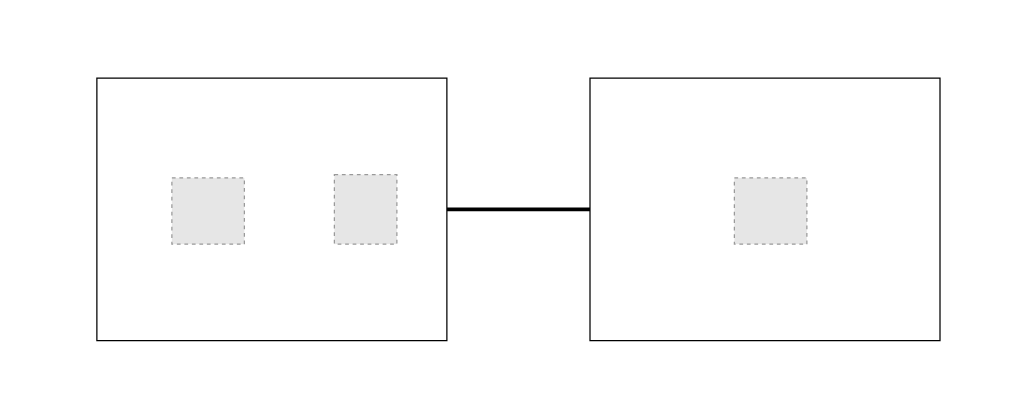
Earlier version of the draw.io diagram asdasde.drawio (Pedro-gabriel/Lanlinkwebsite). Source tidied: cells renumbered, new cells numbered last; positions are measured from the earlier drawing's top-left corner, leaving out a move shared by most shapes. Both pictures are drawn from the tidied source at 125%, with x=0, y=0 at pixel (96, 78). Pictures stored in the file or linked from it are replaced by grey dashed boxes.
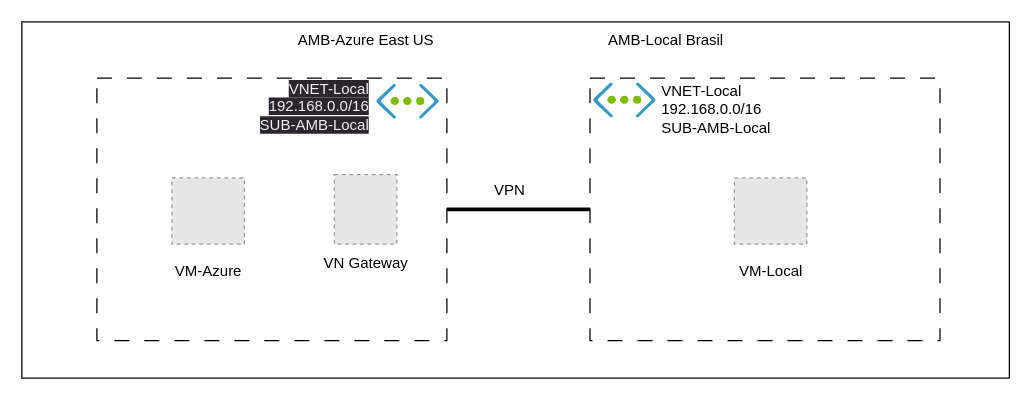
Above is the later version.

What changed in the source:
```diff
@@
 <mxGraphModel>
   <root>
     <mxCell id="0" />
     <mxCell id="1" parent="0" />
+    <mxCell id="8" style="rounded=0;whiteSpace=wrap;html=1;" parent="1" vertex="1">
+      <mxGeometry x="-60" y="-45" width="790" height="285" as="geometry" />
+    </mxCell>
     <mxCell id="2" style="edgeStyle=orthogonalEdgeStyle;rounded=0;jettySize=auto;html=1;entryX=0;entryY=0.5;entryDx=0;entryDy=0;endArrow=none;endFill=0;strokeWidth=3;" parent="1" edge="1" source="3" target="6">
       <mxGeometry relative="1" as="geometry" />
     </mxCell>
-    <mxCell id="3" style="rounded=0;whiteSpace=wrap;html=1;" parent="1" vertex="1">
+    <mxCell id="3" value="&lt;br&gt;" style="rounded=0;whiteSpace=wrap;html=1;dashed=1;dashPattern=12 12;" parent="1" vertex="1">
       <mxGeometry width="280" height="210" as="geometry" />
     </mxCell>
     <mxCell id="4" style="fillColor=#E6E6E6;strokeColor=#999999;dashed=1;verticalLabelPosition=bottom;labelBackgroundColor=#ffffff;verticalAlign=top;" parent="1" vertex="1">
       <mxGeometry x="60" y="79.8" width="58" height="53" as="geometry" />
     </mxCell>
     <mxCell id="5" style="fillColor=#E6E6E6;strokeColor=#999999;dashed=1;verticalLabelPosition=bottom;labelBackgroundColor=#ffffff;verticalAlign=top;" parent="1" vertex="1">
       <mxGeometry x="190" y="77.2" width="50" height="55.6" as="geometry" />
     </mxCell>
-    <mxCell id="6" style="rounded=0;whiteSpace=wrap;html=1;" parent="1" vertex="1">
+    <mxCell id="6" style="rounded=0;whiteSpace=wrap;html=1;dashed=1;dashPattern=12 12;" parent="1" vertex="1">
       <mxGeometry x="394.5" width="280" height="210" as="geometry" />
     </mxCell>
     <mxCell id="7" style="fillColor=#E6E6E6;strokeColor=#999999;dashed=1;verticalLabelPosition=bottom;labelBackgroundColor=#ffffff;verticalAlign=top;" parent="1" vertex="1">
       <mxGeometry x="510" y="79.8" width="58" height="53" as="geometry" />
     </mxCell>
+    <mxCell id="9" value="AMB-Azure East US" style="text;html=1;align=center;verticalAlign=middle;strokeColor=none;fillColor=none;" parent="1" vertex="1">
+      <mxGeometry x="150" y="-45" width="130" height="30" as="geometry" />
+    </mxCell>
+    <mxCell id="10" value="AMB-Local Brasil" style="text;html=1;align=center;verticalAlign=middle;strokeColor=none;fillColor=none;" parent="1" vertex="1">
+      <mxGeometry x="394.5" y="-45" width="120" height="30" as="geometry" />
+    </mxCell>
+    <mxCell id="11" value="VM-Azure" style="text;html=1;align=center;verticalAlign=middle;strokeColor=none;fillColor=none;" parent="1" vertex="1">
+      <mxGeometry x="49" y="140" width="80" height="30" as="geometry" />
+    </mxCell>
+    <mxCell id="12" value="VM-Local" style="text;html=1;align=center;verticalAlign=middle;strokeColor=none;fillColor=none;" parent="1" vertex="1">
+      <mxGeometry x="504" y="140" width="70" height="30" as="geometry" />
+    </mxCell>
+    <mxCell id="13" value="VNET-Local&lt;br&gt;192.168.0.0/16&lt;br&gt;SUB-AMB-Local" style="text;html=1;align=left;verticalAlign=middle;strokeColor=none;fillColor=none;" parent="1" vertex="1">
+      <mxGeometry x="450" y="-5" width="110" height="60" as="geometry" />
+    </mxCell>
+    <mxCell id="14" value="VPN" style="text;html=1;align=center;verticalAlign=middle;strokeColor=none;fillColor=none;" parent="1" vertex="1">
+      <mxGeometry x="305" y="75" width="50" height="30" as="geometry" />
+    </mxCell>
+    <mxCell id="15" style="image;sketch=0;html=1;align=center;fontSize=12;image=img/lib/mscae/Virtual_Network.svg;" parent="1" vertex="1">
+      <mxGeometry x="397.5" y="4" width="50" height="28" as="geometry" />
+    </mxCell>
+    <mxCell id="16" value="&lt;span style=&quot;color: rgb(240, 240, 240); font-family: Helvetica; font-size: 12px; font-style: normal; font-variant-ligatures: normal; font-variant-caps: normal; font-weight: 400; letter-spacing: normal; orphans: 2; text-indent: 0px; text-transform: none; widows: 2; word-spacing: 0px; -webkit-text-stroke-width: 0px; background-color: rgb(42, 37, 47); text-decoration-thickness: initial; text-decoration-style: initial; text-decoration-color: initial; float: none; display: inline !important;&quot;&gt;VNET-Local&lt;/span&gt;&lt;br style=&quot;border-color: rgb(0, 0, 0); color: rgb(240, 240, 240); font-family: Helvetica; font-size: 12px; font-style: normal; font-variant-ligatures: normal; font-variant-caps: normal; font-weight: 400; letter-spacing: normal; orphans: 2; text-indent: 0px; text-transform: none; widows: 2; word-spacing: 0px; -webkit-text-stroke-width: 0px; background-color: rgb(42, 37, 47); text-decoration-thickness: initial; text-decoration-style: initial; text-decoration-color: initial;&quot;&gt;&lt;span style=&quot;color: rgb(240, 240, 240); font-family: Helvetica; font-size: 12px; font-style: normal; font-variant-ligatures: normal; font-variant-caps: normal; font-weight: 400; letter-spacing: normal; orphans: 2; text-indent: 0px; text-transform: none; widows: 2; word-spacing: 0px; -webkit-text-stroke-width: 0px; background-color: rgb(42, 37, 47); text-decoration-thickness: initial; text-decoration-style: initial; text-decoration-color: initial; float: none; display: inline !important;&quot;&gt;192.168.0.0/16&lt;/span&gt;&lt;br style=&quot;border-color: rgb(0, 0, 0); color: rgb(240, 240, 240); font-family: Helvetica; font-size: 12px; font-style: normal; font-variant-ligatures: normal; font-variant-caps: normal; font-weight: 400; letter-spacing: normal; orphans: 2; text-indent: 0px; text-transform: none; widows: 2; word-spacing: 0px; -webkit-text-stroke-width: 0px; background-color: rgb(42, 37, 47); text-decoration-thickness: initial; text-decoration-style: initial; text-decoration-color: initial;&quot;&gt;&lt;span style=&quot;color: rgb(240, 240, 240); font-family: Helvetica; font-size: 12px; font-style: normal; font-variant-ligatures: normal; font-variant-caps: normal; font-weight: 400; letter-spacing: normal; orphans: 2; text-indent: 0px; text-transform: none; widows: 2; word-spacing: 0px; -webkit-text-stroke-width: 0px; background-color: rgb(42, 37, 47); text-decoration-thickness: initial; text-decoration-style: initial; text-decoration-color: initial; float: none; display: inline !important;&quot;&gt;SUB-AMB-Local&lt;/span&gt;" style="text;whiteSpace=wrap;html=1;align=right;" parent="1" vertex="1">
+      <mxGeometry x="100" y="-5" width="120" height="70" as="geometry" />
+    </mxCell>
+    <mxCell id="17" style="image;sketch=0;html=1;align=center;fontSize=12;image=img/lib/mscae/Virtual_Network.svg;" parent="1" vertex="1">
+      <mxGeometry x="224" y="5" width="50" height="28" as="geometry" />
+    </mxCell>
+    <mxCell id="18" value="VN Gateway" style="text;html=1;align=center;verticalAlign=middle;strokeColor=none;fillColor=none;" parent="1" vertex="1">
+      <mxGeometry x="170" y="132.8" width="90" height="30" as="geometry" />
+    </mxCell>
   </root>
 </mxGraphModel>
```
